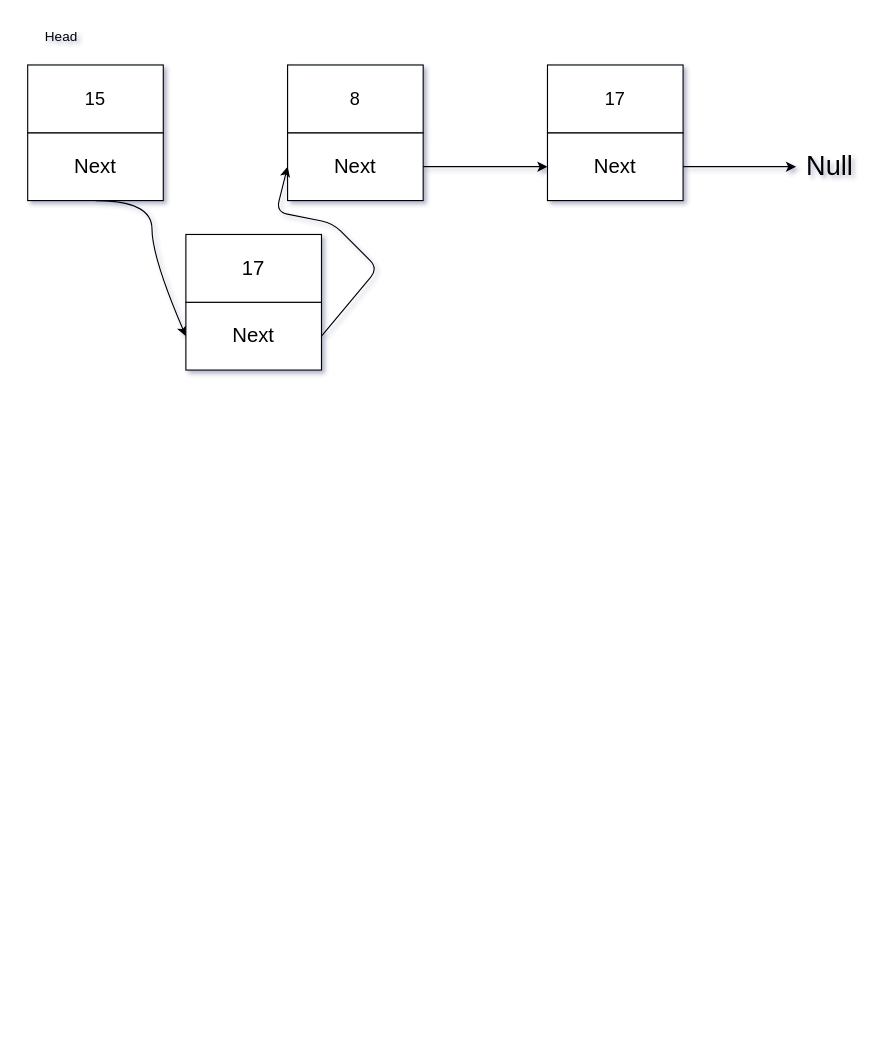
Earlier version of the draw.io diagram class2.drawio (4D-44/RS_ELA). Source tidied: cells renumbered, new cells numbered last; positions are measured from the earlier drawing's top-left corner, leaving out a move shared by most shapes. Both pictures are drawn from the tidied source at 113%, with x=0, y=0 at pixel (27, 19).
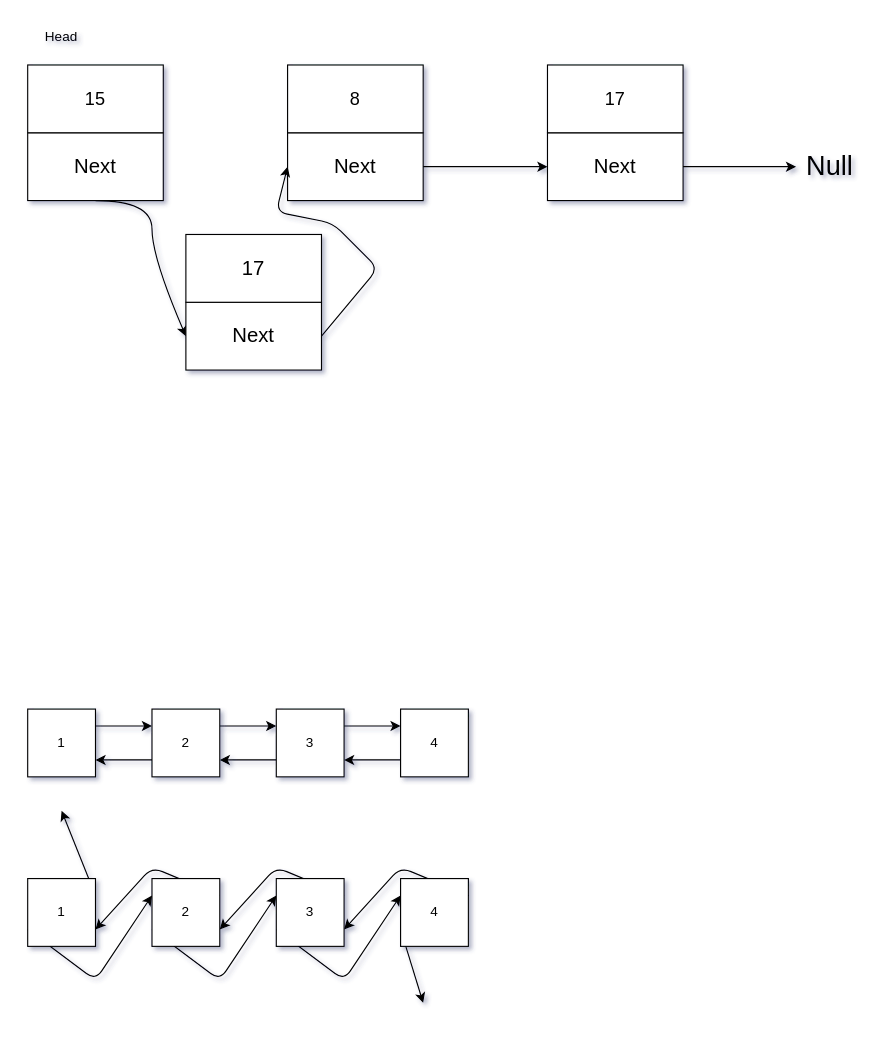
The same diagram, later.

The edit, as a diff of the source:
```diff
@@
+    <mxCell id="16" style="edgeStyle=none;html=1;exitX=1;exitY=0.25;exitDx=0;exitDy=0;entryX=0;entryY=0.25;entryDx=0;entryDy=0;" parent="1" edge="1" source="17" target="20">
+      <mxGeometry relative="1" as="geometry" />
+    </mxCell>
+    <mxCell id="17" value="1" style="rounded=0;whiteSpace=wrap;html=1;" parent="1" vertex="1">
+      <mxGeometry y="610" width="60" height="60" as="geometry" />
+    </mxCell>
+    <mxCell id="18" style="edgeStyle=none;html=1;exitX=0;exitY=0.75;exitDx=0;exitDy=0;entryX=1;entryY=0.75;entryDx=0;entryDy=0;" parent="1" edge="1" source="20" target="17">
+      <mxGeometry relative="1" as="geometry" />
+    </mxCell>
+    <mxCell id="19" style="edgeStyle=none;html=1;exitX=1;exitY=0.25;exitDx=0;exitDy=0;entryX=0;entryY=0.25;entryDx=0;entryDy=0;" parent="1" edge="1" source="20" target="23">
+      <mxGeometry relative="1" as="geometry" />
+    </mxCell>
+    <mxCell id="20" value="2" style="rounded=0;whiteSpace=wrap;html=1;" parent="1" vertex="1">
+      <mxGeometry x="110" y="610" width="60" height="60" as="geometry" />
+    </mxCell>
+    <mxCell id="21" style="edgeStyle=none;html=1;exitX=0;exitY=0.75;exitDx=0;exitDy=0;entryX=1;entryY=0.75;entryDx=0;entryDy=0;" parent="1" edge="1" source="23" target="20">
+      <mxGeometry relative="1" as="geometry" />
+    </mxCell>
+    <mxCell id="22" style="edgeStyle=none;html=1;exitX=1;exitY=0.25;exitDx=0;exitDy=0;entryX=0;entryY=0.25;entryDx=0;entryDy=0;" parent="1" edge="1" source="23" target="25">
+      <mxGeometry relative="1" as="geometry" />
+    </mxCell>
+    <mxCell id="23" value="3" style="rounded=0;whiteSpace=wrap;html=1;" parent="1" vertex="1">
+      <mxGeometry x="220" y="610" width="60" height="60" as="geometry" />
+    </mxCell>
+    <mxCell id="24" style="edgeStyle=none;html=1;exitX=0;exitY=0.75;exitDx=0;exitDy=0;entryX=1;entryY=0.75;entryDx=0;entryDy=0;" parent="1" edge="1" source="25" target="23">
+      <mxGeometry relative="1" as="geometry" />
+    </mxCell>
+    <mxCell id="25" value="4" style="rounded=0;whiteSpace=wrap;html=1;" parent="1" vertex="1">
+      <mxGeometry x="330" y="610" width="60" height="60" as="geometry" />
+    </mxCell>
+    <mxCell id="26" style="edgeStyle=none;html=1;exitX=1;exitY=0.25;exitDx=0;exitDy=0;" parent="1" edge="1" source="28">
+      <mxGeometry relative="1" as="geometry">
+        <mxPoint x="30" y="700" as="targetPoint" />
+      </mxGeometry>
+    </mxCell>
+    <mxCell id="27" style="edgeStyle=none;html=1;exitX=0;exitY=0.75;exitDx=0;exitDy=0;entryX=0;entryY=0.25;entryDx=0;entryDy=0;" parent="1" edge="1" source="28" target="31">
+      <mxGeometry relative="1" as="geometry">
+        <Array as="points">
+          <mxPoint x="60" y="850" />
+        </Array>
+      </mxGeometry>
+    </mxCell>
+    <mxCell id="28" value="1" style="rounded=0;whiteSpace=wrap;html=1;" parent="1" vertex="1">
+      <mxGeometry y="760" width="60" height="60" as="geometry" />
+    </mxCell>
+    <mxCell id="29" style="edgeStyle=none;html=1;exitX=0;exitY=0.75;exitDx=0;exitDy=0;entryX=0;entryY=0.25;entryDx=0;entryDy=0;" parent="1" edge="1" source="31" target="34">
+      <mxGeometry relative="1" as="geometry">
+        <Array as="points">
+          <mxPoint x="170" y="850" />
+        </Array>
+      </mxGeometry>
+    </mxCell>
+    <mxCell id="30" style="edgeStyle=none;html=1;exitX=1;exitY=0.25;exitDx=0;exitDy=0;entryX=1;entryY=0.75;entryDx=0;entryDy=0;" parent="1" edge="1" source="31" target="28">
+      <mxGeometry relative="1" as="geometry">
+        <Array as="points">
+          <mxPoint x="110" y="750" />
+        </Array>
+      </mxGeometry>
+    </mxCell>
+    <mxCell id="31" value="2" style="rounded=0;whiteSpace=wrap;html=1;" parent="1" vertex="1">
+      <mxGeometry x="110" y="760" width="60" height="60" as="geometry" />
+    </mxCell>
+    <mxCell id="32" style="edgeStyle=none;html=1;exitX=0;exitY=0.75;exitDx=0;exitDy=0;entryX=0;entryY=0.25;entryDx=0;entryDy=0;" parent="1" edge="1" source="34" target="37">
+      <mxGeometry relative="1" as="geometry">
+        <Array as="points">
+          <mxPoint x="280" y="850" />
+        </Array>
+      </mxGeometry>
+    </mxCell>
+    <mxCell id="33" style="edgeStyle=none;html=1;exitX=1;exitY=0.25;exitDx=0;exitDy=0;entryX=1;entryY=0.75;entryDx=0;entryDy=0;" parent="1" edge="1" source="34" target="31">
+      <mxGeometry relative="1" as="geometry">
+        <Array as="points">
+          <mxPoint x="220" y="750" />
+        </Array>
+      </mxGeometry>
+    </mxCell>
+    <mxCell id="34" value="3" style="rounded=0;whiteSpace=wrap;html=1;" parent="1" vertex="1">
+      <mxGeometry x="220" y="760" width="60" height="60" as="geometry" />
+    </mxCell>
+    <mxCell id="35" style="edgeStyle=none;html=1;exitX=0;exitY=0.75;exitDx=0;exitDy=0;" parent="1" edge="1" source="37">
+      <mxGeometry relative="1" as="geometry">
+        <mxPoint x="350" y="870" as="targetPoint" />
+      </mxGeometry>
+    </mxCell>
+    <mxCell id="36" style="edgeStyle=none;html=1;exitX=1;exitY=0.25;exitDx=0;exitDy=0;entryX=1;entryY=0.75;entryDx=0;entryDy=0;" parent="1" edge="1" source="37" target="34">
+      <mxGeometry relative="1" as="geometry">
+        <Array as="points">
+          <mxPoint x="330" y="750" />
+        </Array>
+      </mxGeometry>
+    </mxCell>
+    <mxCell id="37" value="4" style="rounded=0;whiteSpace=wrap;html=1;" parent="1" vertex="1">
+      <mxGeometry x="330" y="760" width="60" height="60" as="geometry" />
+    </mxCell>
```
